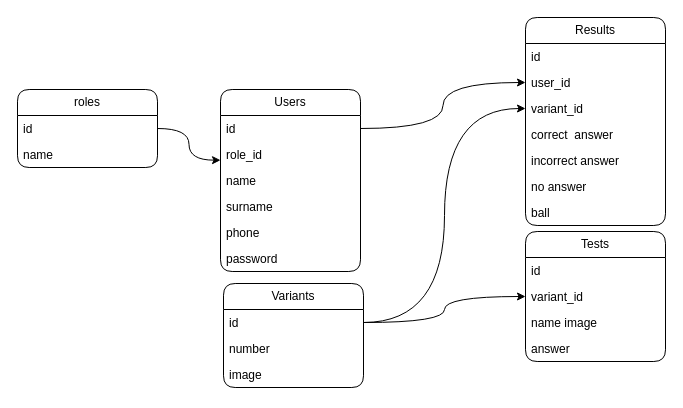
This is GRE.drawio from MardonAslonov/DrawIo, a draw.io file, before an edit. Source tidied: cells renumbered, new cells numbered last; positions are measured from the earlier drawing's top-left corner, leaving out a move shared by most shapes. Both pictures are drawn from the tidied source at 100%, with x=0, y=0 at pixel (17, 17).
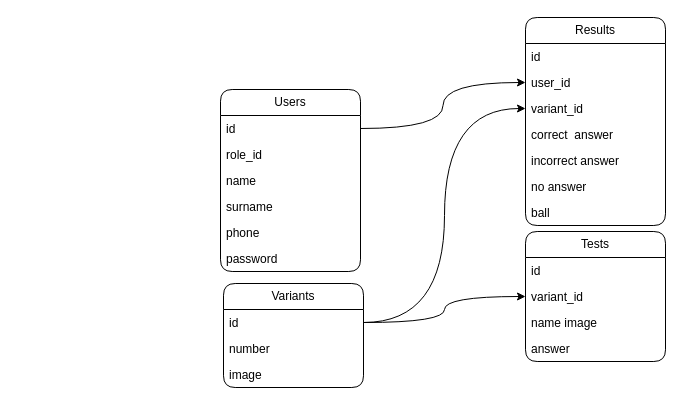
The same page after the edit.

The change refers to these unchanged cells:
```xml
<mxCell id="9" value="role_id" style="text;strokeColor=none;fillColor=none;align=left;verticalAlign=top;spacingLeft=4;spacingRight=4;overflow=hidden;points=[[0,0.5],[1,0.5]];portConstraint=eastwest;whiteSpace=wrap;html=1;" parent="7" vertex="1">
  <mxGeometry y="52" width="140" height="26" as="geometry" />
</mxCell>
```

Change to the diagram source:
```diff
@@
-    <mxCell id="29" value="roles" style="swimlane;fontStyle=0;horizontal=1;startSize=26;fillColor=none;whiteSpace=wrap;html=1;rounded=1;" parent="1" vertex="1">
-      <mxGeometry y="72" width="140" height="78" as="geometry" />
-    </mxCell>
-    <mxCell id="30" value="id" style="text;strokeColor=none;fillColor=none;align=left;verticalAlign=top;spacingLeft=4;spacingRight=4;overflow=hidden;points=[[0,0.5],[1,0.5]];portConstraint=eastwest;whiteSpace=wrap;html=1;" parent="29" vertex="1">
-      <mxGeometry y="26" width="140" height="26" as="geometry" />
-    </mxCell>
-    <mxCell id="31" value="name" style="text;strokeColor=none;fillColor=none;align=left;verticalAlign=top;spacingLeft=4;spacingRight=4;overflow=hidden;whiteSpace=wrap;html=1;" parent="29" vertex="1">
-      <mxGeometry y="52" width="140" height="26" as="geometry" />
-    </mxCell>
-    <mxCell id="32" style="edgeStyle=orthogonalEdgeStyle;rounded=0;jettySize=auto;html=1;entryX=0;entryY=0.718;entryDx=0;entryDy=0;entryPerimeter=0;curved=1;" parent="1" edge="1" source="30" target="9">
-      <mxGeometry relative="1" as="geometry" />
-    </mxCell>
```
